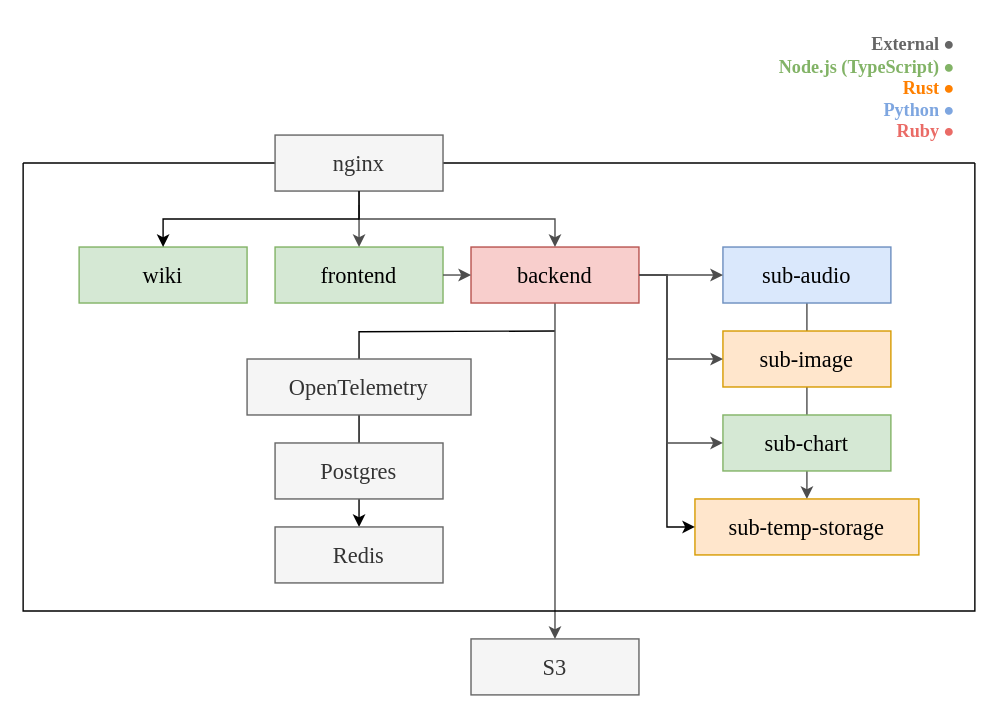
sevenc-nanashi/chart_cyanvas keeps this draw.io diagram as architecture.drawio.svg. Above is the earlier version. Source tidied: cells renumbered, new cells last; positions are measured from the earlier drawing's top-left corner, leaving out a move shared by most shapes.
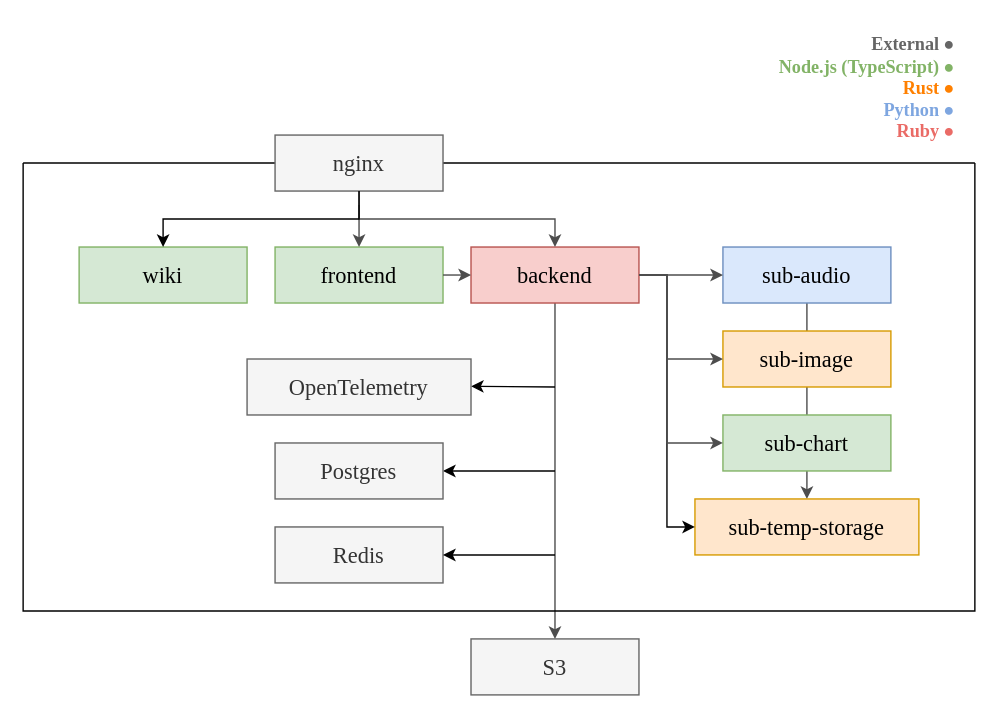
The same diagram one commit later.

Commit message:
chore: improve architecture svg

Diff of the diagram source:
```diff
@@ -5,11 +5,6 @@
     <mxCell id="2" style="edgeStyle=orthogonalEdgeStyle;rounded=0;jettySize=auto;html=1;exitX=0.5;exitY=1;exitDx=0;exitDy=0;entryX=0.5;entryY=0;entryDx=0;entryDy=0;strokeColor=#4D4D4D;fontFamily= M PLUS 1p;fontSize=13;fontColor=#7EA6E0;startArrow=none;startFill=0;fontSource=https%3A%2F%2Ffonts.googleapis.com%2Fcss%3Ffamily%3D%2BM%2BPLUS%2B1p;" parent="1" edge="1" source="13" target="7">
       <mxGeometry relative="1" as="geometry" />
     </mxCell>
-    <mxCell id="3" style="edgeStyle=orthogonalEdgeStyle;rounded=0;jettySize=auto;html=1;entryX=0.5;entryY=0;entryDx=0;entryDy=0;" parent="1" edge="1" target="17">
-      <mxGeometry relative="1" as="geometry">
-        <mxPoint x="380" y="220" as="sourcePoint" />
-      </mxGeometry>
-    </mxCell>
     <mxCell id="4" style="edgeStyle=orthogonalEdgeStyle;rounded=0;jettySize=auto;html=1;exitX=0.5;exitY=1;exitDx=0;exitDy=0;entryX=0.5;entryY=0;entryDx=0;entryDy=0;strokeColor=#4D4D4D;fontFamily= M PLUS 1p;fontSize=13;fontColor=#7EA6E0;startArrow=none;startFill=0;fontSource=https%3A%2F%2Ffonts.googleapis.com%2Fcss%3Ffamily%3D%2BM%2BPLUS%2B1p;" parent="1" edge="1" source="12" target="8">
       <mxGeometry relative="1" as="geometry">
         <Array as="points">
@@ -26,6 +21,18 @@
     <mxCell id="7" value="sub-temp-storage" style="rounded=0;whiteSpace=wrap;html=1;fontFamily= M PLUS 1p;fontSize=16;fillColor=#ffe6cc;strokeColor=#d79b00;fontSource=https%3A%2F%2Ffonts.googleapis.com%2Fcss%3Ffamily%3D%2BM%2BPLUS%2B1p;" parent="5" vertex="1">
       <mxGeometry x="480" y="240" width="160" height="40" as="geometry" />
     </mxCell>
+    <mxCell id="27" style="endArrow=classic;html=1;rounded=0;entryX=1;entryY=0.5;entryDx=0;entryDy=0;" parent="5" edge="1">
+      <mxGeometry relative="1" as="geometry">
+        <mxPoint x="380" y="220" as="sourcePoint" />
+        <mxPoint x="300" y="220" as="targetPoint" />
+      </mxGeometry>
+    </mxCell>
+    <mxCell id="28" style="endArrow=classic;html=1;rounded=0;entryX=1;entryY=0.5;entryDx=0;entryDy=0;" parent="5" edge="1">
+      <mxGeometry relative="1" as="geometry">
+        <mxPoint x="380" y="160" as="sourcePoint" />
+        <mxPoint x="320" y="159.5" as="targetPoint" />
+      </mxGeometry>
+    </mxCell>
     <mxCell id="8" value="S3" style="rounded=0;whiteSpace=wrap;html=1;fontFamily= M PLUS 1p;fontSize=16;fillColor=#f5f5f5;fontColor=#333333;strokeColor=#666666;fontSource=https%3A%2F%2Ffonts.googleapis.com%2Fcss%3Ffamily%3D%2BM%2BPLUS%2B1p;" parent="1" vertex="1">
       <mxGeometry x="320" y="440" width="120" height="40" as="geometry" />
     </mxCell>
@@ -104,5 +111,10 @@
         </Array>
       </mxGeometry>
     </mxCell>
+    <mxCell id="29" style="endArrow=classic;html=1;rounded=0;entryX=1;entryY=0.5;entryDx=0;entryDy=0;" parent="1" edge="1" target="17">
+      <mxGeometry relative="1" as="geometry">
+        <mxPoint x="380" y="380" as="sourcePoint" />
+      </mxGeometry>
+    </mxCell>
   </root>
 </mxGraphModel>
```
